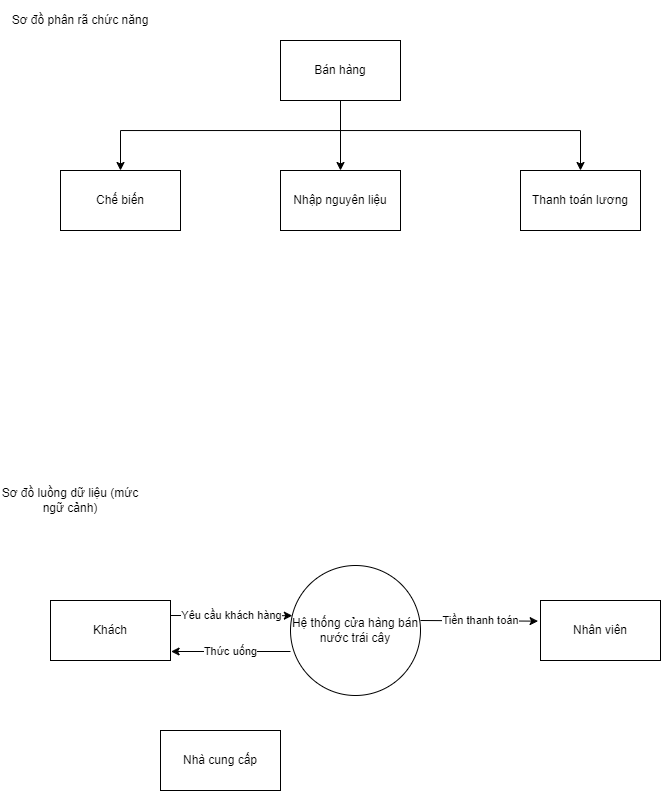
InfiniteByte1811/branch1 keeps this draw.io diagram as DFD2.png. Above is the earlier version. Source tidied: cells renumbered, new cells last; positions are measured from the earlier drawing's top-left corner, leaving out a move shared by most shapes.
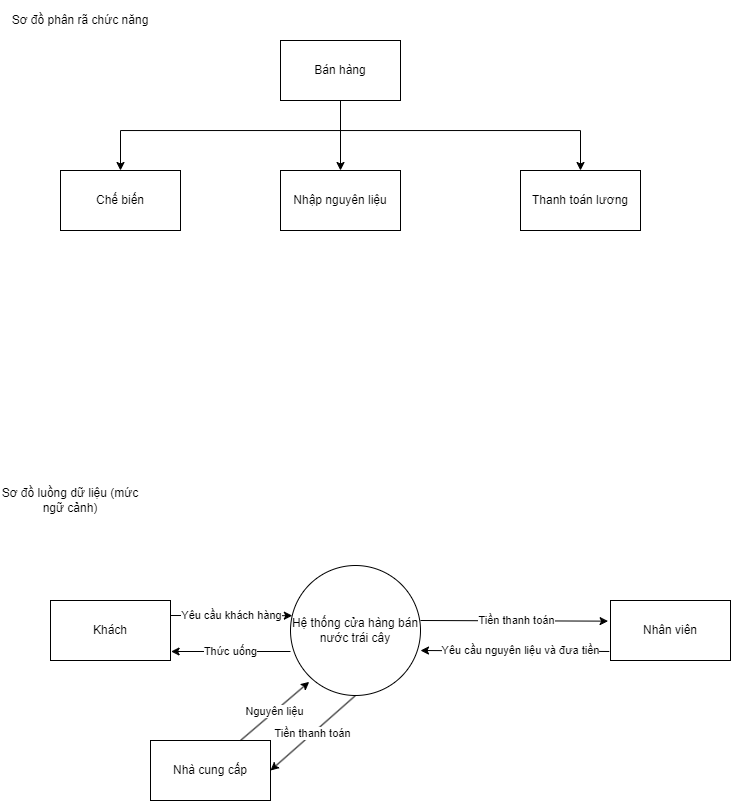
Later version of the same file.

Commit message:
Cập nhật DFD2.png

Diff of the diagram source:
```diff
@@ -40,7 +40,7 @@
       <mxGeometry y="480" width="140" height="40" as="geometry" />
     </mxCell>
     <mxCell id="11" value="Nhân viên" style="rounded=0;whiteSpace=wrap;html=1;" parent="1" vertex="1">
-      <mxGeometry x="540" y="600" width="120" height="60" as="geometry" />
+      <mxGeometry x="610" y="600" width="120" height="60" as="geometry" />
     </mxCell>
     <mxCell id="12" value="Khách" style="rounded=0;whiteSpace=wrap;html=1;" parent="1" vertex="1">
       <mxGeometry x="50" y="600" width="120" height="60" as="geometry" />
@@ -64,7 +64,20 @@
       </mxGeometry>
     </mxCell>
     <mxCell id="17" value="Nhà cung cấp" style="rounded=0;whiteSpace=wrap;html=1;" parent="1" vertex="1">
-      <mxGeometry x="160" y="730" width="120" height="60" as="geometry" />
+      <mxGeometry x="150" y="740" width="120" height="60" as="geometry" />
     </mxCell>
+    <mxCell id="18" value="Tiền thanh toán" style="endArrow=classic;html=1;rounded=0;exitX=0.5;exitY=1;exitDx=0;exitDy=0;entryX=1;entryY=0.5;entryDx=0;entryDy=0;" parent="1" edge="1" source="13" target="17">
+      <mxGeometry relative="1" as="geometry" />
+    </mxCell>
+    <mxCell id="19" value="Nguyên liệu" style="endArrow=classic;html=1;rounded=0;entryX=0.144;entryY=0.895;entryDx=0;entryDy=0;entryPerimeter=0;" parent="1" edge="1" target="13">
+      <mxGeometry relative="1" as="geometry">
+        <mxPoint x="240" y="740" as="sourcePoint" />
+      </mxGeometry>
+    </mxCell>
+    <mxCell id="20" value="Yêu cầu nguyên liệu và đưa tiền" style="endArrow=classic;html=1;rounded=0;entryX=1.005;entryY=0.85;entryDx=0;entryDy=0;entryPerimeter=0;exitX=-0.01;exitY=0.85;exitDx=0;exitDy=0;exitPerimeter=0;" parent="1" edge="1" source="11">
+      <mxGeometry x="-0.06" y="-1" relative="1" as="geometry">
+        <mxPoint x="420" y="650" as="targetPoint" />
+      </mxGeometry>
+    </mxCell>
   </root>
 </mxGraphModel>
```
